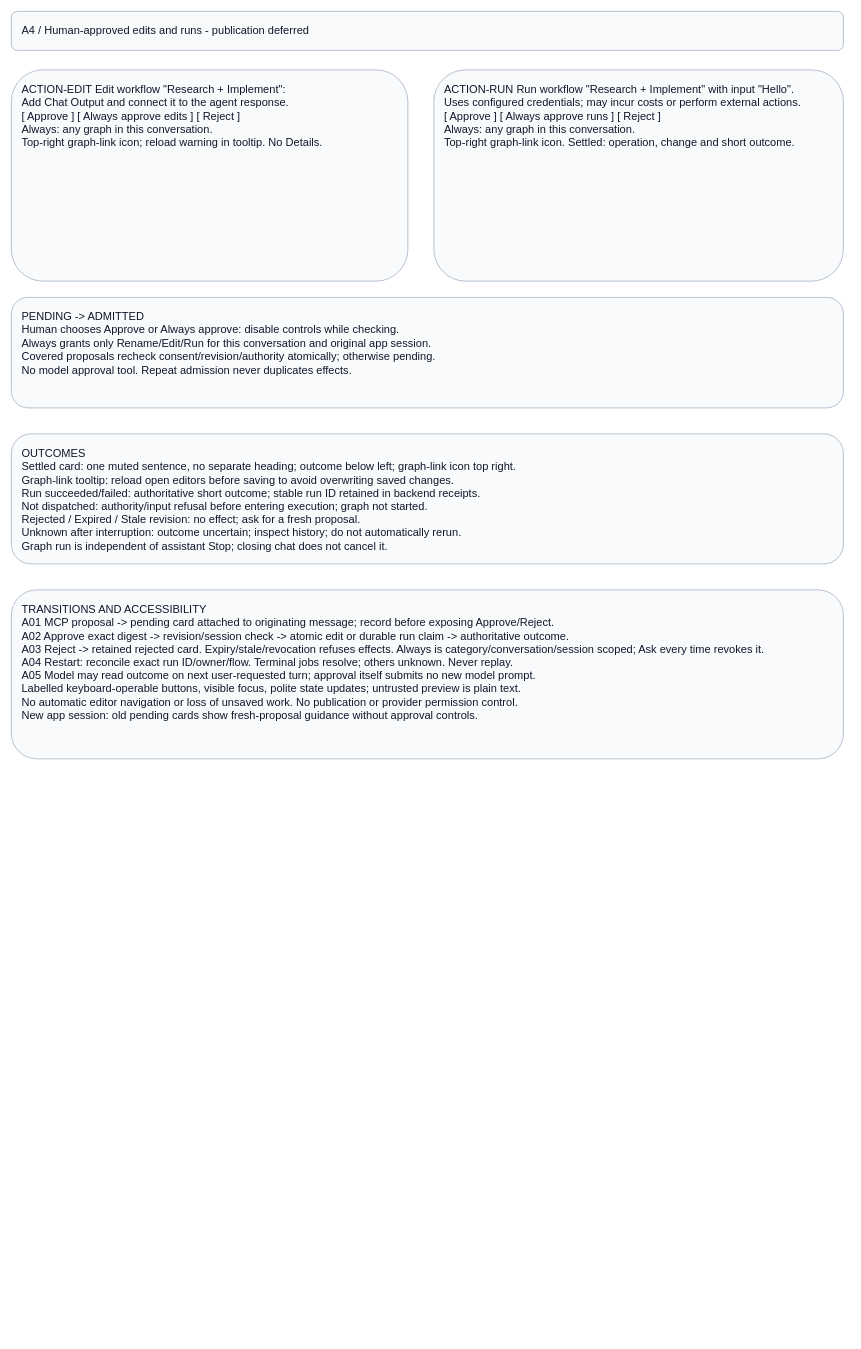
Above: page "A4 - Human-approved graph actions" (4 of 8) of projects/laomedo/subsystems/agent-execution/design/application-assistant.drawio in amadou-6e/specs (draw.io), before the change. Source tidied: cells renumbered, new cells numbered last; positions are measured from the earlier drawing's top-left corner, leaving out a move shared by most shapes. Both pictures are drawn from the tidied source at 65%, with x=0, y=0 at pixel (11, 11).
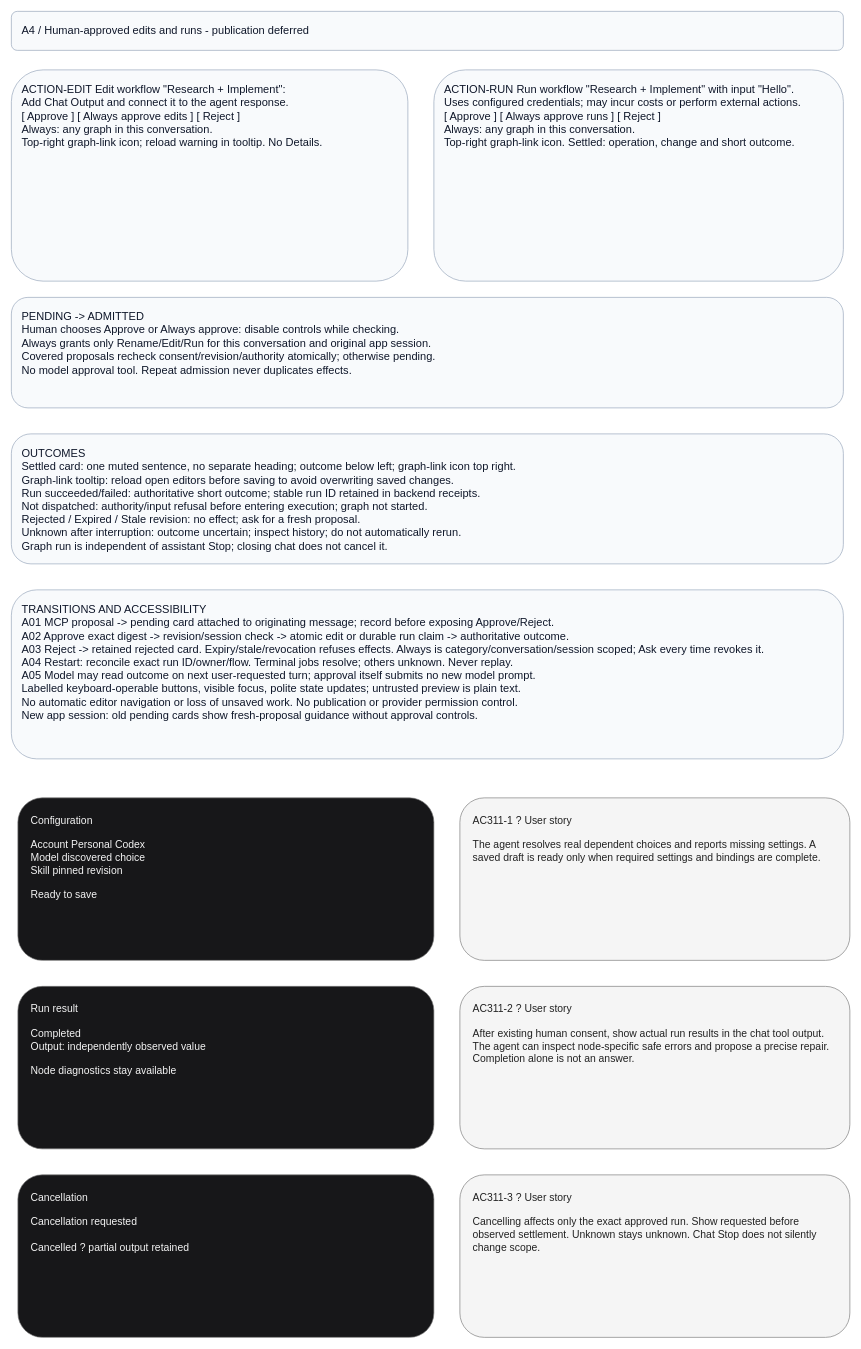
Above is the later version.

Commit message (it also covers changes not shown here):
Specify complete assistant MCP configuration and run observation

What changed in the source:
```diff
@@
 <mxGraphModel>
   <root>
     <mxCell id="0" />
     <mxCell id="1" parent="0" />
     <mxCell id="2" value="A4 / Human-approved edits and runs - publication deferred" style="rounded=1;whiteSpace=wrap;html=0;fillColor=#f8fafc;strokeColor=#94a3b8;fontColor=#0f172a;fontFamily=Arial;fontSize=17;align=left;verticalAlign=top;spacing=16;" parent="1" vertex="1">
       <mxGeometry width="1280" height="60" as="geometry" />
     </mxCell>
     <mxCell id="3" value="ACTION-EDIT  Edit workflow &quot;Research + Implement&quot;:&#10;Add Chat Output and connect it to the agent response.&#10;[ Approve ] [ Always approve edits ] [ Reject ]&#10;Always: any graph in this conversation.&#10;Top-right graph-link icon; reload warning in tooltip. No Details." style="rounded=1;whiteSpace=wrap;html=0;fillColor=#f8fafc;strokeColor=#94a3b8;fontColor=#0f172a;fontFamily=Arial;fontSize=17;align=left;verticalAlign=top;spacing=16;" parent="1" vertex="1">
       <mxGeometry y="90" width="610" height="325" as="geometry" />
     </mxCell>
     <mxCell id="4" value="ACTION-RUN  Run workflow &quot;Research + Implement&quot; with input &quot;Hello&quot;.&#10;Uses configured credentials; may incur costs or perform external actions.&#10;[ Approve ] [ Always approve runs ] [ Reject ]&#10;Always: any graph in this conversation.&#10;Top-right graph-link icon. Settled: operation, change and short outcome." style="rounded=1;whiteSpace=wrap;html=0;fillColor=#f8fafc;strokeColor=#94a3b8;fontColor=#0f172a;fontFamily=Arial;fontSize=17;align=left;verticalAlign=top;spacing=16;" parent="1" vertex="1">
       <mxGeometry x="650" y="90" width="630" height="325" as="geometry" />
     </mxCell>
     <mxCell id="5" value="PENDING -&gt; ADMITTED&#10;Human chooses Approve or Always approve: disable controls while checking.&#10;Always grants only Rename/Edit/Run for this conversation and original app session.&#10;Covered proposals recheck consent/revision/authority atomically; otherwise pending.&#10;No model approval tool. Repeat admission never duplicates effects." style="rounded=1;whiteSpace=wrap;html=0;fillColor=#f8fafc;strokeColor=#94a3b8;fontColor=#0f172a;fontFamily=Arial;fontSize=17;align=left;verticalAlign=top;spacing=16;" parent="1" vertex="1">
       <mxGeometry y="440" width="1280" height="170" as="geometry" />
     </mxCell>
     <mxCell id="6" value="OUTCOMES&#10;Settled card: one muted sentence, no separate heading; outcome below left; graph-link icon top right.&#10;Graph-link tooltip: reload open editors before saving to avoid overwriting saved changes.&#10;Run succeeded/failed: authoritative short outcome; stable run ID retained in backend receipts.&#10;Not dispatched: authority/input refusal before entering execution; graph not started.&#10;Rejected / Expired / Stale revision: no effect; ask for a fresh proposal.&#10;Unknown after interruption: outcome uncertain; inspect history; do not automatically rerun.&#10;Graph run is independent of assistant Stop; closing chat does not cancel it." style="rounded=1;whiteSpace=wrap;html=0;fillColor=#f8fafc;strokeColor=#94a3b8;fontColor=#0f172a;fontFamily=Arial;fontSize=17;align=left;verticalAlign=top;spacing=16;" parent="1" vertex="1">
       <mxGeometry y="650" width="1280" height="200" as="geometry" />
     </mxCell>
     <mxCell id="7" value="TRANSITIONS AND ACCESSIBILITY&#10;A01 MCP proposal -&gt; pending card attached to originating message; record before exposing Approve/Reject.&#10;A02 Approve exact digest -&gt; revision/session check -&gt; atomic edit or durable run claim -&gt; authoritative outcome.&#10;A03 Reject -&gt; retained rejected card. Expiry/stale/revocation refuses effects. Always is category/conversation/session scoped; Ask every time revokes it.&#10;A04 Restart: reconcile exact run ID/owner/flow. Terminal jobs resolve; others unknown. Never replay.&#10;A05 Model may read outcome on next user-requested turn; approval itself submits no new model prompt.&#10;Labelled keyboard-operable buttons, visible focus, polite state updates; untrusted preview is plain text.&#10;No automatic editor navigation or loss of unsaved work. No publication or provider permission control.&#10;New app session: old pending cards show fresh-proposal guidance without approval controls." style="rounded=1;whiteSpace=wrap;html=0;fillColor=#f8fafc;strokeColor=#94a3b8;fontColor=#0f172a;fontFamily=Arial;fontSize=17;align=left;verticalAlign=top;spacing=16;" parent="1" vertex="1">
       <mxGeometry y="890" width="1280" height="260" as="geometry" />
     </mxCell>
+    <mxCell id="8" value="Configuration&#10;&#10;Account  Personal Codex&#10;Model  discovered choice&#10;Skill  pinned revision&#10;&#10;Ready to save" style="rounded=1;whiteSpace=wrap;html=0;align=left;verticalAlign=top;spacing=20;fontSize=16;fillColor=#171719;fontColor=#f5f5f5;strokeColor=#777777;" parent="1" vertex="1">
+      <mxGeometry x="10" y="1210" width="640" height="250" as="geometry" />
+    </mxCell>
+    <mxCell id="9" value="AC311-1 ? User story&#10;&#10;The agent resolves real dependent choices and reports missing settings. A saved draft is ready only when required settings and bindings are complete." style="rounded=1;whiteSpace=wrap;html=0;align=left;verticalAlign=top;spacing=20;fontSize=16;fillColor=#f5f5f5;fontColor=#222222;strokeColor=#777777;" parent="1" vertex="1">
+      <mxGeometry x="690" y="1210" width="600" height="250" as="geometry" />
+    </mxCell>
+    <mxCell id="10" value="Run result&#10;&#10;Completed&#10;Output: independently observed value&#10;&#10;Node diagnostics stay available" style="rounded=1;whiteSpace=wrap;html=0;align=left;verticalAlign=top;spacing=20;fontSize=16;fillColor=#171719;fontColor=#f5f5f5;strokeColor=#777777;" parent="1" vertex="1">
+      <mxGeometry x="10" y="1500" width="640" height="250" as="geometry" />
+    </mxCell>
+    <mxCell id="11" value="AC311-2 ? User story&#10;&#10;After existing human consent, show actual run results in the chat tool output. The agent can inspect node-specific safe errors and propose a precise repair. Completion alone is not an answer." style="rounded=1;whiteSpace=wrap;html=0;align=left;verticalAlign=top;spacing=20;fontSize=16;fillColor=#f5f5f5;fontColor=#222222;strokeColor=#777777;" parent="1" vertex="1">
+      <mxGeometry x="690" y="1500" width="600" height="250" as="geometry" />
+    </mxCell>
+    <mxCell id="12" value="Cancellation&#10;&#10;Cancellation requested&#10;&#10;Cancelled ? partial output retained" style="rounded=1;whiteSpace=wrap;html=0;align=left;verticalAlign=top;spacing=20;fontSize=16;fillColor=#171719;fontColor=#f5f5f5;strokeColor=#777777;" parent="1" vertex="1">
+      <mxGeometry x="10" y="1790" width="640" height="250" as="geometry" />
+    </mxCell>
+    <mxCell id="13" value="AC311-3 ? User story&#10;&#10;Cancelling affects only the exact approved run. Show requested before observed settlement. Unknown stays unknown. Chat Stop does not silently change scope." style="rounded=1;whiteSpace=wrap;html=0;align=left;verticalAlign=top;spacing=20;fontSize=16;fillColor=#f5f5f5;fontColor=#222222;strokeColor=#777777;" parent="1" vertex="1">
+      <mxGeometry x="690" y="1790" width="600" height="250" as="geometry" />
+    </mxCell>
   </root>
 </mxGraphModel>
```
